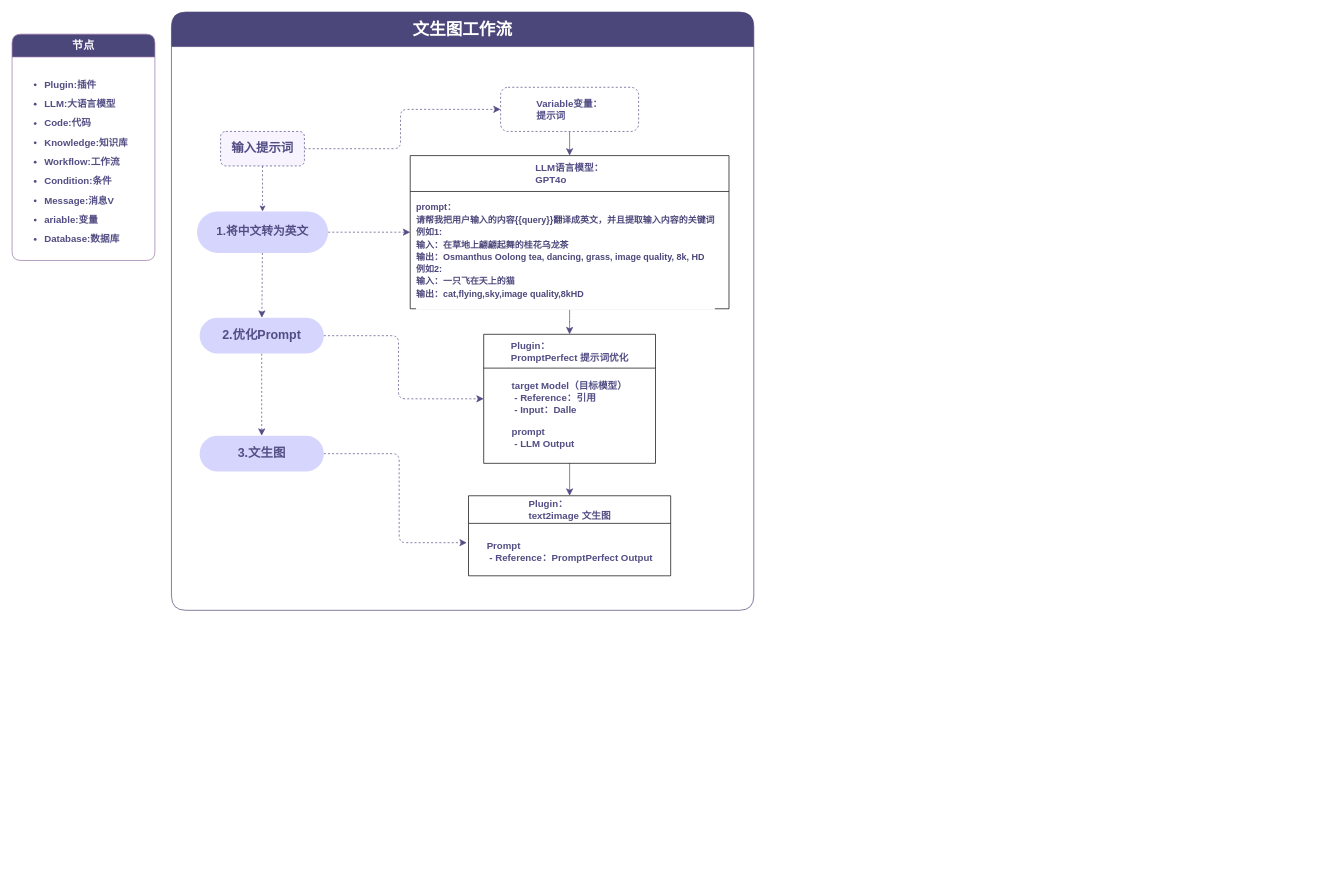
1963775891/Baize-Notes keeps this draw.io diagram as coze.drawio. Above is the earlier version. Source tidied: cells renumbered, new cells numbered last; positions are measured from the earlier drawing's top-left corner, leaving out a move shared by most shapes. Both pictures are drawn from the tidied source at 69%, with x=0, y=0 at pixel (12, 12).
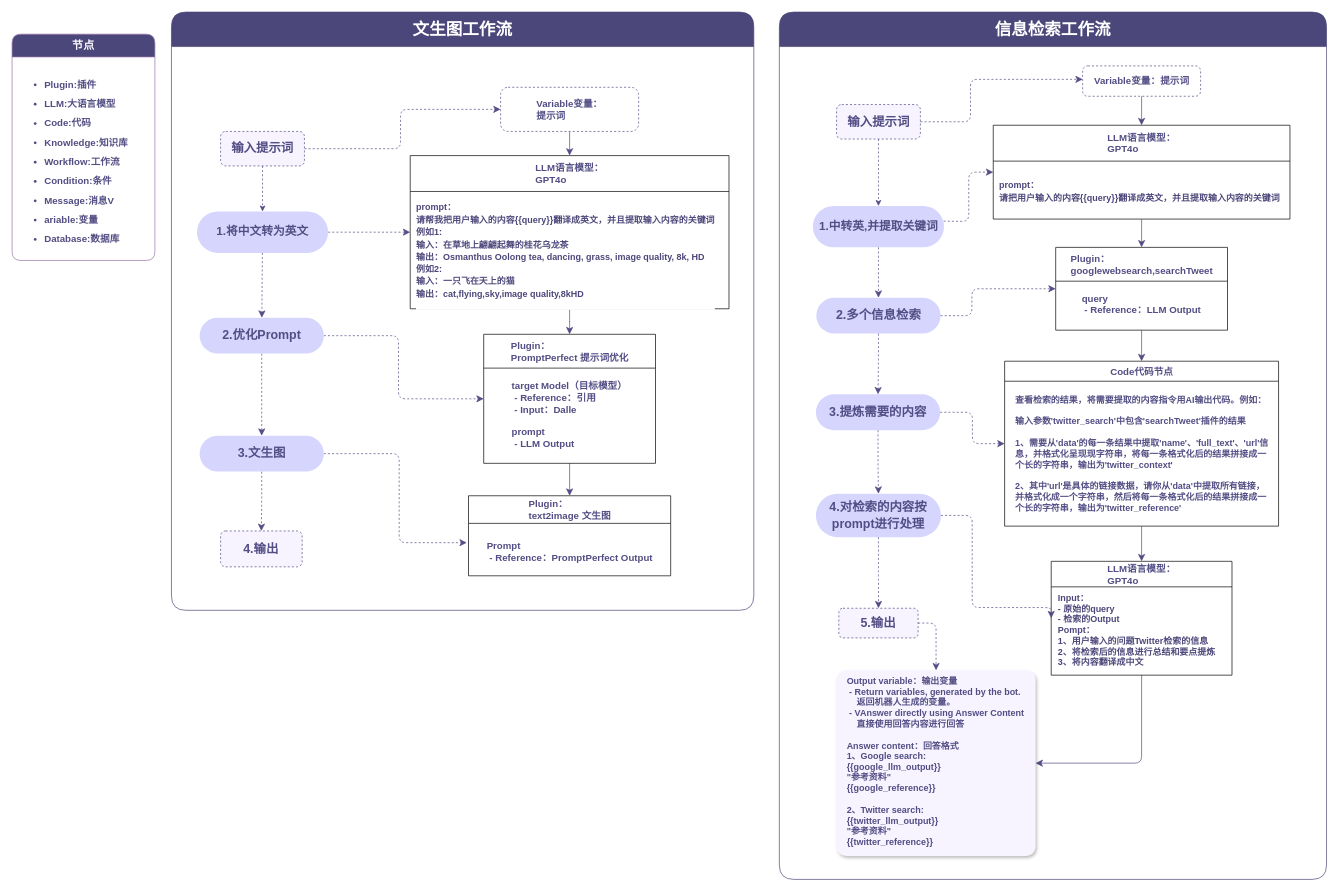
The same diagram, later.

Unchanged cells that the change refers to:
```xml
<mxCell id="5" style="group;" parent="1" vertex="1">
  <mxGeometry x="231" width="844" height="867" as="geometry" />
</mxCell>
<mxCell id="24" value="&lt;div style=&quot;line-height: 1.3; font-family: &amp;quot;Chiron Sans HK Pro&amp;quot;; vertical-align: middle; color: rgb(82, 77, 132); font-size: 18px; font-weight: bold;&quot;&gt;&lt;div style=&quot;line-height: 1.3; vertical-align: middle;&quot;&gt;&lt;p&gt;3.文生图&lt;/p&gt;&lt;/div&gt;&lt;/div&gt;" style="rounded=1;whiteSpace=wrap;html=1;fillColor=#d6d5fd;strokeColor=none;arcSize=50;align=center;verticalAlign=middle;fontFamily=Helvetica;fontSize=17;fontColor=#524d83;fontStyle=1;" parent="5" vertex="1">
  <mxGeometry x="40.8" y="614" width="180" height="52" as="geometry" />
</mxCell>
<mxCell id="27" value="文生图工作流" style="swimlane;whiteSpace=wrap;html=1;fontFamily=Helvetica;fontSize=24;labelBackgroundColor=none;startSize=50;fillColor=#4c477a;strokeColor=#4c477a;fontColor=#FFFFFF;rounded=1;arcSize=14;" parent="5" vertex="1">
  <mxGeometry width="844" height="867" as="geometry" />
</mxCell>
```

What changed in the source:
```diff
@@
+    <mxCell id="28" style="edgeStyle=orthogonalEdgeStyle;shape=connector;rounded=1;jettySize=auto;html=1;dashed=1;strokeColor=#524d84;align=center;verticalAlign=middle;fontFamily=Helvetica;fontSize=12;fontColor=default;labelBackgroundColor=default;startSize=8;endArrow=classic;endFill=1;endSize=8;" parent="5" edge="1" source="24" target="29">
+      <mxGeometry relative="1" as="geometry" />
+    </mxCell>
@@
+    <mxCell id="29" value="&lt;div style=&quot;line-height: 1.3; font-family: &amp;quot;Chiron Sans HK Pro&amp;quot;; vertical-align: middle; color: rgb(82, 77, 132); font-size: 18px; font-weight: bold;&quot;&gt;&lt;div style=&quot;line-height: 1.3; vertical-align: middle;&quot;&gt;&lt;p&gt;4.输出&lt;/p&gt;&lt;/div&gt;&lt;/div&gt;" style="rounded=1;whiteSpace=wrap;html=1;fillColor=#f7f4ff;strokeColor=#524d83;arcSize=14;align=center;verticalAlign=middle;fontFamily=Helvetica;fontSize=12;fontColor=#333333;fontStyle=1;gradientColor=none;dashed=1;" parent="27" vertex="1">
+      <mxGeometry x="71.2" y="752" width="118.2" height="52" as="geometry" />
+    </mxCell>
+    <mxCell id="30" value="信息检索工作流" style="swimlane;whiteSpace=wrap;html=1;fontFamily=Helvetica;fontSize=24;labelBackgroundColor=none;startSize=50;fillColor=#4c477a;strokeColor=#4c477a;fontColor=#FFFFFF;rounded=1;arcSize=14;" parent="1" vertex="1">
+      <mxGeometry x="1112" width="793" height="1257" as="geometry" />
+    </mxCell>
+    <mxCell id="31" style="edgeStyle=orthogonalEdgeStyle;shape=connector;rounded=1;jettySize=auto;html=1;exitX=0.5;exitY=1;exitDx=0;exitDy=0;entryX=1;entryY=0.5;entryDx=0;entryDy=0;strokeColor=#524d84;align=center;verticalAlign=middle;fontFamily=Helvetica;fontSize=12;fontColor=default;labelBackgroundColor=default;startSize=8;endArrow=classic;endFill=1;endSize=8;" parent="30" edge="1" source="32" target="62">
+      <mxGeometry relative="1" as="geometry" />
+    </mxCell>
+    <mxCell id="32" value="&lt;p style=&quot;color: rgb(82, 77, 132); font-family: &amp;quot;Chiron Sans HK Pro&amp;quot;; font-size: 14px; text-align: left; line-height: 2.8px;&quot;&gt;LLM语言模型：&lt;/p&gt;&lt;p style=&quot;color: rgb(82, 77, 132); font-family: &amp;quot;Chiron Sans HK Pro&amp;quot;; font-size: 14px; text-align: left; line-height: 2.8px;&quot;&gt;GPT4o&lt;/p&gt;" style="swimlane;whiteSpace=wrap;html=1;fontFamily=Helvetica;fontSize=12;fontColor=default;labelBackgroundColor=none;startSize=37;fillColor=none;" parent="30" vertex="1">
+      <mxGeometry x="394" y="796" width="262" height="165" as="geometry" />
+    </mxCell>
+    <mxCell id="33" value="Input：&#10; - 原始的query&#10; - 检索的Output&#10;Pompt：&#10;1、用户输入的问题Twitter检索的信息&#10;2、将检索后的信息进行总结和要点提炼&#10;3、将内容翻译成中文" style="rounded=0;fontFamily=Helvetica;fontSize=13;fontColor=#4c477a;labelBackgroundColor=none;strokeColor=none;dashed=1;strokeWidth=1;spacing=0;align=left;arcSize=0;verticalAlign=middle;fillColor=none;whiteSpace=wrap;horizontal=1;fontStyle=1;" parent="32" vertex="1">
+      <mxGeometry x="10" y="44" width="235" height="112" as="geometry" />
+    </mxCell>
+    <mxCell id="34" value="&lt;p style=&quot;color: rgb(82, 77, 132); font-family: &amp;quot;Chiron Sans HK Pro&amp;quot;; font-size: 14px; text-align: left; line-height: 2.8px;&quot;&gt;Code代码节点&lt;/p&gt;" style="swimlane;whiteSpace=wrap;html=1;fontFamily=Helvetica;fontSize=12;fontColor=default;labelBackgroundColor=none;startSize=29;" parent="30" vertex="1">
+      <mxGeometry x="326.5" y="506" width="397" height="239" as="geometry" />
+    </mxCell>
+    <mxCell id="35" value="查看检索的结果，将需要提取的内容指令用AI输出代码。例如：&#10;&#10;输入参数'twitter_search'中包含'searchTweet'插件的结果&#10;&#10;1、需要从'data'的每一条结果中提取'name'、'full_text'、'url'信息，并格式化呈现现字符串，将每一条格式化后的结果拼接成一个长的字符串，输出为'twitter_context'&#10;&#10;2、其中'url'是具体的链接数据，请你从'data'中提取所有链接，并格式化成一个字符串，然后将每一条格式化后的结果拼接成一个长的字符串，输出为'twitter_reference'&#10;" style="rounded=1;whiteSpace=wrap;fontFamily=Helvetica;fontSize=13;fontColor=#524d84;labelBackgroundColor=none;strokeColor=none;dashed=1;strokeWidth=1;spacing=0;align=left;arcSize=17;verticalAlign=top;fillColor=none;fontStyle=1;" parent="34" vertex="1">
+      <mxGeometry x="15" y="44" width="367" height="180" as="geometry" />
+    </mxCell>
+    <mxCell id="36" style="edgeStyle=orthogonalEdgeStyle;shape=connector;rounded=1;jettySize=auto;html=1;exitX=0.5;exitY=1;exitDx=0;exitDy=0;entryX=0.5;entryY=0;entryDx=0;entryDy=0;strokeColor=#524d84;align=center;verticalAlign=middle;fontFamily=Helvetica;fontSize=12;fontColor=default;labelBackgroundColor=default;startSize=8;endArrow=classic;endFill=1;endSize=8;" parent="30" edge="1" source="34" target="32">
+      <mxGeometry relative="1" as="geometry" />
+    </mxCell>
+    <mxCell id="37" value="&lt;div style=&quot;line-height: 1.3; font-family: &amp;quot;Chiron Sans HK Pro&amp;quot;; vertical-align: middle; color: rgb(82, 77, 132); font-size: 18px; font-weight: bold;&quot;&gt;&lt;div style=&quot;line-height: 1.3; vertical-align: middle;&quot;&gt;&lt;p&gt;3.提炼需要的内容&lt;/p&gt;&lt;/div&gt;&lt;/div&gt;" style="rounded=1;whiteSpace=wrap;html=1;fillColor=#d6d5fd;strokeColor=none;arcSize=50;align=center;verticalAlign=middle;fontFamily=Helvetica;fontSize=17;fontColor=#524d83;fontStyle=1;" parent="30" vertex="1">
+      <mxGeometry x="53" y="554" width="180" height="52" as="geometry" />
+    </mxCell>
+    <mxCell id="38" style="edgeStyle=orthogonalEdgeStyle;shape=connector;rounded=1;jettySize=auto;html=1;exitX=1;exitY=0.5;exitDx=0;exitDy=0;entryX=0;entryY=0.5;entryDx=0;entryDy=0;dashed=1;strokeColor=#524d84;align=center;verticalAlign=middle;fontFamily=Helvetica;fontSize=12;fontColor=default;labelBackgroundColor=default;startSize=8;endArrow=classic;endFill=1;endSize=8;" parent="30" edge="1" source="37" target="34">
+      <mxGeometry relative="1" as="geometry" />
+    </mxCell>
+    <mxCell id="39" style="edgeStyle=orthogonalEdgeStyle;shape=connector;rounded=1;jettySize=auto;html=1;exitX=1;exitY=0.5;exitDx=0;exitDy=0;entryX=0;entryY=0.5;entryDx=0;entryDy=0;dashed=1;strokeColor=#524d84;align=center;verticalAlign=middle;fontFamily=Helvetica;fontSize=12;fontColor=default;labelBackgroundColor=default;startSize=8;endArrow=classic;endFill=1;endSize=8;" parent="30" edge="1" source="40" target="32">
+      <mxGeometry relative="1" as="geometry">
+        <Array as="points">
+          <mxPoint x="279.5" y="729" />
+          <mxPoint x="279.5" y="863" />
+        </Array>
+      </mxGeometry>
+    </mxCell>
+    <mxCell id="40" value="&lt;div style=&quot;line-height: 1.3; font-family: &amp;quot;Chiron Sans HK Pro&amp;quot;; vertical-align: middle; color: rgb(82, 77, 132); font-size: 18px; font-weight: bold;&quot;&gt;&lt;div style=&quot;line-height: 1.3; vertical-align: middle;&quot;&gt;&lt;p&gt;4.对检索的内容按prompt进行处理&lt;/p&gt;&lt;/div&gt;&lt;/div&gt;" style="rounded=1;whiteSpace=wrap;html=1;fillColor=#d6d5fd;strokeColor=none;arcSize=50;align=center;verticalAlign=middle;fontFamily=Helvetica;fontSize=17;fontColor=#524d83;fontStyle=1;" parent="30" vertex="1">
+      <mxGeometry x="53" y="698" width="181.2" height="63" as="geometry" />
+    </mxCell>
+    <mxCell id="41" style="edgeStyle=orthogonalEdgeStyle;shape=connector;rounded=1;jettySize=auto;html=1;dashed=1;strokeColor=#524d84;align=center;verticalAlign=middle;fontFamily=Helvetica;fontSize=12;fontColor=default;labelBackgroundColor=default;startSize=8;endArrow=classic;endFill=1;endSize=8;" parent="30" edge="1" source="37" target="40">
+      <mxGeometry relative="1" as="geometry" />
+    </mxCell>
+    <mxCell id="42" value="&lt;div style=&quot;line-height: 1.3; font-family: &amp;quot;Chiron Sans HK Pro&amp;quot;; vertical-align: middle; color: rgb(82, 77, 132); font-size: 18px; font-weight: bold;&quot;&gt;&lt;div style=&quot;line-height: 1.3; vertical-align: middle;&quot;&gt;&lt;p&gt;2.多个信息检索&lt;/p&gt;&lt;/div&gt;&lt;/div&gt;" style="rounded=1;whiteSpace=wrap;html=1;fillColor=#d6d5fd;strokeColor=none;arcSize=50;align=center;verticalAlign=middle;fontFamily=Helvetica;fontSize=17;fontColor=#524d83;fontStyle=1;" parent="30" vertex="1">
+      <mxGeometry x="53.6" y="414" width="180" height="52" as="geometry" />
+    </mxCell>
+    <mxCell id="43" style="edgeStyle=orthogonalEdgeStyle;shape=connector;rounded=1;jettySize=auto;html=1;dashed=1;strokeColor=#524d84;align=center;verticalAlign=middle;fontFamily=Helvetica;fontSize=12;fontColor=default;labelBackgroundColor=default;startSize=8;endArrow=classic;endFill=1;endSize=8;" parent="30" edge="1" source="42" target="37">
+      <mxGeometry relative="1" as="geometry" />
+    </mxCell>
+    <mxCell id="44" style="edgeStyle=orthogonalEdgeStyle;shape=connector;rounded=1;jettySize=auto;html=1;exitX=1;exitY=0.5;exitDx=0;exitDy=0;entryX=0;entryY=0.5;entryDx=0;entryDy=0;dashed=1;strokeColor=#524d84;align=center;verticalAlign=middle;fontFamily=Helvetica;fontSize=12;fontColor=default;labelBackgroundColor=default;startSize=8;endArrow=classic;endFill=1;endSize=8;" parent="30" edge="1" target="54">
+      <mxGeometry relative="1" as="geometry">
+        <mxPoint x="238" y="303" as="sourcePoint" />
+      </mxGeometry>
+    </mxCell>
+    <mxCell id="45" value="&lt;div style=&quot;line-height: 1.3; font-family: &amp;quot;Chiron Sans HK Pro&amp;quot;; vertical-align: middle; font-size: 17px;&quot;&gt;&lt;p style=&quot;font-size: 17px;&quot;&gt;1.中转英,并提取关键词&lt;/p&gt;&lt;/div&gt;" style="rounded=1;whiteSpace=wrap;html=1;fillColor=#d6d5fd;strokeColor=none;arcSize=50;fontColor=#524d83;fontStyle=1;fontSize=17;" parent="30" vertex="1">
+      <mxGeometry x="48.6" y="281" width="190" height="60" as="geometry" />
+    </mxCell>
+    <mxCell id="46" style="edgeStyle=none;curved=0;rounded=1;jettySize=auto;html=1;fontSize=12;startSize=8;endSize=8;dashed=1;strokeColor=#524d84;align=center;verticalAlign=middle;fontFamily=Helvetica;fontColor=default;labelBackgroundColor=default;endArrow=classic;endFill=1;" parent="30" edge="1" source="45" target="42">
+      <mxGeometry relative="1" as="geometry" />
+    </mxCell>
+    <mxCell id="47" style="edgeStyle=orthogonalEdgeStyle;shape=connector;rounded=1;jettySize=auto;html=1;exitX=1;exitY=0.5;exitDx=0;exitDy=0;dashed=1;strokeColor=#524d84;align=center;verticalAlign=middle;fontFamily=Helvetica;fontSize=12;fontColor=default;labelBackgroundColor=default;startSize=8;endArrow=classic;endFill=1;endSize=8;" parent="30" edge="1" source="48" target="62">
+      <mxGeometry relative="1" as="geometry" />
+    </mxCell>
+    <mxCell id="48" value="&lt;div style=&quot;line-height: 1.3; font-family: &amp;quot;Chiron Sans HK Pro&amp;quot;; vertical-align: middle; color: rgb(82, 77, 132); font-size: 18px; font-weight: bold;&quot;&gt;&lt;div style=&quot;line-height: 1.3; vertical-align: middle;&quot;&gt;&lt;p&gt;5.输出&lt;/p&gt;&lt;/div&gt;&lt;/div&gt;" style="rounded=1;whiteSpace=wrap;html=1;fillColor=#f7f4ff;strokeColor=#524d83;arcSize=14;align=center;verticalAlign=middle;fontFamily=Helvetica;fontSize=12;fontColor=#333333;fontStyle=1;dashed=1;gradientColor=none;" parent="30" vertex="1">
+      <mxGeometry x="86.2" y="864" width="114.9" height="43" as="geometry" />
+    </mxCell>
+    <mxCell id="49" style="edgeStyle=orthogonalEdgeStyle;shape=connector;rounded=1;jettySize=auto;html=1;dashed=1;strokeColor=#524d84;align=center;verticalAlign=middle;fontFamily=Helvetica;fontSize=12;fontColor=default;labelBackgroundColor=default;startSize=8;endArrow=classic;endFill=1;endSize=8;" parent="30" edge="1" source="40" target="48">
+      <mxGeometry relative="1" as="geometry" />
+    </mxCell>
+    <mxCell id="50" value="&lt;p style=&quot;color: rgb(82, 77, 132); font-family: &amp;quot;Chiron Sans HK Pro&amp;quot;; font-size: 14px; text-align: left; line-height: 2.8px;&quot;&gt;Plugin：&lt;/p&gt;&lt;p style=&quot;color: rgb(82, 77, 132); font-family: &amp;quot;Chiron Sans HK Pro&amp;quot;; font-size: 14px; text-align: left; line-height: 2.8px;&quot;&gt;googleweb&lt;span style=&quot;background-color: initial;&quot;&gt;search&lt;/span&gt;&lt;span style=&quot;background-color: initial;&quot;&gt;,searchTweet&lt;/span&gt;&lt;/p&gt;" style="swimlane;whiteSpace=wrap;html=1;fontFamily=Helvetica;fontSize=12;fontColor=default;labelBackgroundColor=none;startSize=49;" parent="30" vertex="1">
+      <mxGeometry x="400.5" y="341" width="249" height="120" as="geometry" />
+    </mxCell>
+    <mxCell id="51" value="&lt;div style=&quot;line-height: 20%; vertical-align: top;&quot;&gt;&lt;div style=&quot;line-height: 20%; text-align: left; vertical-align: middle;&quot;&gt;&lt;div style=&quot;line-height: 20%; vertical-align: middle;&quot;&gt;&lt;p style=&quot;line-height: 20%;&quot;&gt;&lt;font face=&quot;Chiron Sans HK Pro&quot; color=&quot;#524d84&quot;&gt;&lt;b&gt;query&lt;/b&gt;&lt;/font&gt;&lt;/p&gt;&lt;p style=&quot;line-height: 20%;&quot;&gt;&lt;font face=&quot;Chiron Sans HK Pro&quot; color=&quot;#524d84&quot;&gt;&lt;b&gt;&amp;nbsp;- Reference：&lt;/b&gt;&lt;/font&gt;&lt;b style=&quot;color: rgb(82, 77, 132); font-family: &amp;quot;Chiron Sans HK Pro&amp;quot;;&quot;&gt;LLM Output&lt;/b&gt;&lt;/p&gt;&lt;/div&gt;&lt;/div&gt;&lt;/div&gt;" style="rounded=1;whiteSpace=wrap;html=1;fontFamily=Helvetica;fontSize=14;fontColor=default;labelBackgroundColor=default;strokeColor=none;dashed=1;strokeWidth=1;spacing=0;align=center;arcSize=17;verticalAlign=middle;fillColor=none;" parent="50" vertex="1">
+      <mxGeometry x="24.5" y="60" width="200" height="44" as="geometry" />
+    </mxCell>
+    <mxCell id="52" style="edgeStyle=orthogonalEdgeStyle;shape=connector;rounded=1;jettySize=auto;html=1;exitX=0.5;exitY=1;exitDx=0;exitDy=0;entryX=0.5;entryY=0;entryDx=0;entryDy=0;strokeColor=#524d84;align=center;verticalAlign=middle;fontFamily=Helvetica;fontSize=12;fontColor=default;labelBackgroundColor=default;startSize=8;endArrow=classic;endFill=1;endSize=8;" parent="30" edge="1" source="50" target="34">
+      <mxGeometry relative="1" as="geometry" />
+    </mxCell>
+    <mxCell id="53" style="edgeStyle=orthogonalEdgeStyle;shape=connector;rounded=1;jettySize=auto;html=1;exitX=1;exitY=0.5;exitDx=0;exitDy=0;entryX=0;entryY=0.5;entryDx=0;entryDy=0;dashed=1;strokeColor=#524d84;align=center;verticalAlign=middle;fontFamily=Helvetica;fontSize=12;fontColor=default;labelBackgroundColor=default;startSize=8;endArrow=classic;endFill=1;endSize=8;" parent="30" edge="1" source="42" target="50">
+      <mxGeometry relative="1" as="geometry">
+        <Array as="points">
+          <mxPoint x="279" y="440" />
+          <mxPoint x="279" y="401" />
+        </Array>
+      </mxGeometry>
+    </mxCell>
+    <mxCell id="54" value="&lt;p style=&quot;color: rgb(82, 77, 132); font-family: &amp;quot;Chiron Sans HK Pro&amp;quot;; font-size: 14px; text-align: left; line-height: 2.8px;&quot;&gt;LLM语言模型：&lt;/p&gt;&lt;p style=&quot;color: rgb(82, 77, 132); font-family: &amp;quot;Chiron Sans HK Pro&amp;quot;; font-size: 14px; text-align: left; line-height: 2.8px;&quot;&gt;GPT4o&lt;/p&gt;" style="swimlane;whiteSpace=wrap;html=1;fontFamily=Helvetica;fontSize=12;fontColor=default;labelBackgroundColor=none;startSize=52;fillColor=none;" parent="30" vertex="1">
+      <mxGeometry x="310" y="164" width="430" height="136" as="geometry" />
+    </mxCell>
+    <mxCell id="55" value="&lt;div style=&quot;line-height: 20%; vertical-align: top;&quot;&gt;&lt;div style=&quot;line-height: 130%; vertical-align: middle;&quot;&gt;&lt;pre style=&quot;line-height: 130%;&quot;&gt;&lt;font style=&quot;&quot; face=&quot;Helvetica&quot;&gt;&lt;b style=&quot;font-size: 13px;&quot;&gt;prompt：&lt;br style=&quot;font-size: 13px;&quot;&gt;请把用户输入的内容{{query}}翻译成英文，并且提取输入内容的关键词&lt;br&gt;&lt;/b&gt;&lt;/font&gt;&lt;/pre&gt;&lt;/div&gt;&lt;/div&gt;" style="rounded=0;html=1;fontFamily=Helvetica;fontSize=13;fontColor=#4c477a;labelBackgroundColor=none;strokeColor=none;dashed=1;strokeWidth=1;spacing=0;align=left;arcSize=0;verticalAlign=middle;fillColor=none;whiteSpace=wrap;horizontal=1;" parent="54" vertex="1">
+      <mxGeometry x="9" y="68" width="414" height="58" as="geometry" />
+    </mxCell>
+    <mxCell id="56" style="edgeStyle=orthogonalEdgeStyle;shape=connector;rounded=1;jettySize=auto;html=1;entryX=0.5;entryY=0;entryDx=0;entryDy=0;strokeColor=#524d84;align=center;verticalAlign=middle;fontFamily=Helvetica;fontSize=12;fontColor=default;labelBackgroundColor=default;startSize=8;endArrow=classic;endFill=1;endSize=8;" parent="30" edge="1" source="54" target="50">
+      <mxGeometry relative="1" as="geometry" />
+    </mxCell>
+    <mxCell id="57" value="&lt;div style=&quot;line-height: 20%; vertical-align: top; color: rgb(82, 77, 132); font-size: 14px; font-weight: bold;&quot;&gt;&lt;p style=&quot;text-align: justify; line-height: 20%; font-size: 14px;&quot;&gt;&lt;font style=&quot;font-size: 14px;&quot; face=&quot;Helvetica&quot;&gt;Variable变量：&lt;/font&gt;&lt;span style=&quot;font-family: aLDYF8aHoTCgzbLq1X3a;&quot;&gt;提示词&lt;/span&gt;&lt;/p&gt;&lt;/div&gt;" style="rounded=1;whiteSpace=wrap;html=1;fontFamily=Helvetica;fontSize=14;fontColor=default;labelBackgroundColor=default;strokeColor=#524d84;dashed=1;strokeWidth=1;spacing=0;align=center;arcSize=17;" parent="30" vertex="1">
+      <mxGeometry x="439.5" y="78" width="171" height="44" as="geometry" />
+    </mxCell>
+    <mxCell id="58" style="shape=connector;rounded=1;jettySize=auto;html=1;exitX=0.5;exitY=1;exitDx=0;exitDy=0;entryX=0.5;entryY=0;entryDx=0;entryDy=0;strokeColor=#524d84;align=center;verticalAlign=middle;fontFamily=Helvetica;fontSize=12;fontColor=default;labelBackgroundColor=default;startSize=8;endArrow=classic;endFill=1;endSize=8;" parent="30" edge="1" source="57" target="54">
+      <mxGeometry relative="1" as="geometry" />
+    </mxCell>
+    <mxCell id="59" value="&lt;div style=&quot;line-height: 1.3; font-family: &amp;quot;Chiron Sans HK Pro&amp;quot;; vertical-align: middle; color: rgb(82, 77, 132); font-size: 18px; font-weight: bold;&quot;&gt;&lt;p&gt;&lt;span style=&quot;background-image: initial; background-position: initial; background-size: initial; background-repeat: initial; background-attachment: initial; background-origin: initial; background-clip: initial;&quot;&gt;输入提示词&lt;/span&gt;&lt;/p&gt;&lt;/div&gt;" style="rounded=1;whiteSpace=wrap;html=1;fillColor=#f7f4ff;strokeColor=#524d83;fontColor=#333333;dashed=1;" parent="30" vertex="1">
+      <mxGeometry x="82.9" y="134" width="121.5" height="50" as="geometry" />
+    </mxCell>
+    <mxCell id="60" style="edgeStyle=none;curved=0;rounded=1;jettySize=auto;html=1;entryX=0.5;entryY=0;entryDx=0;entryDy=0;fontSize=12;dashed=1;strokeColor=#524d84;endArrow=classic;endFill=1;" parent="30" edge="1" source="59" target="45">
+      <mxGeometry relative="1" as="geometry" />
+    </mxCell>
+    <mxCell id="61" style="edgeStyle=orthogonalEdgeStyle;shape=connector;rounded=1;jettySize=auto;html=1;entryX=0.001;entryY=0.443;entryDx=0;entryDy=0;entryPerimeter=0;dashed=1;strokeColor=#524d84;align=center;verticalAlign=middle;fontFamily=Helvetica;fontSize=12;fontColor=default;labelBackgroundColor=default;startSize=8;endArrow=classic;endFill=1;endSize=8;" parent="30" edge="1" source="59" target="57">
+      <mxGeometry relative="1" as="geometry">
+        <Array as="points">
+          <mxPoint x="277" y="159" />
+          <mxPoint x="277" y="98" />
+        </Array>
+      </mxGeometry>
+    </mxCell>
+    <mxCell id="62" value="Output variable：输出变量&#10;&amp;nbsp;- Return variables, generated by the bot.&#10;&amp;nbsp; &amp;nbsp; 返回机器人生成的变量。&#10;&amp;nbsp;- VAnswer directly using Answer Content&#10;&amp;nbsp; &amp;nbsp; 直接使用回答内容进行回答&#10;&amp;nbsp; &amp;nbsp;&amp;nbsp;&#10;Answer content：回答格式&#10;1、Google search:&#10;{{google_llm_output}}&#10;&quot;参考资料&quot;&#10;{{google_reference}}&#10;&#10;2、Twitter search:&#10;{{twitter_llm_output}}&#10;&quot;参考资料&quot;&#10;{{twitter_reference}}" style="rounded=1;whiteSpace=wrap;html=1;fillColor=#f7f4ff;align=left;verticalAlign=top;spacing=3;spacingLeft=12;fontStyle=1;strokeColor=none;glass=0;shadow=1;arcSize=5;fontColor=#524d84;fontSize=13;" parent="30" vertex="1">
+      <mxGeometry x="82.9" y="954" width="288.4" height="269" as="geometry" />
+    </mxCell>
```
